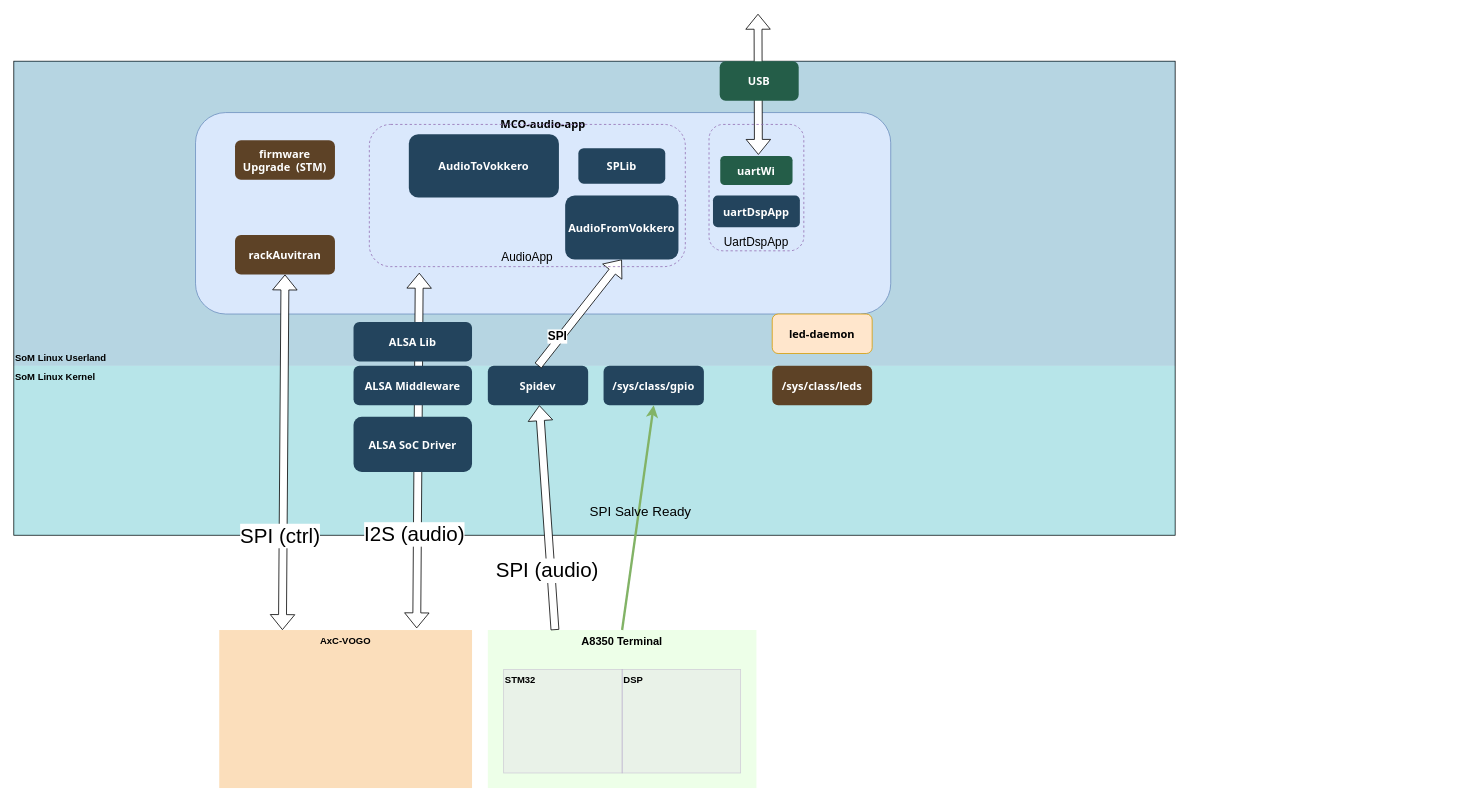
mtitinger/zz_doc keeps this draw.io diagram as images/vokkero-ESG-sysarch.drawio. Above is the earlier version. Source tidied: cells renumbered, new cells numbered last; positions are measured from the earlier drawing's top-left corner, leaving out a move shared by most shapes. Both pictures are drawn from the tidied source at 79%, with x=0, y=0 at pixel (13, 13).
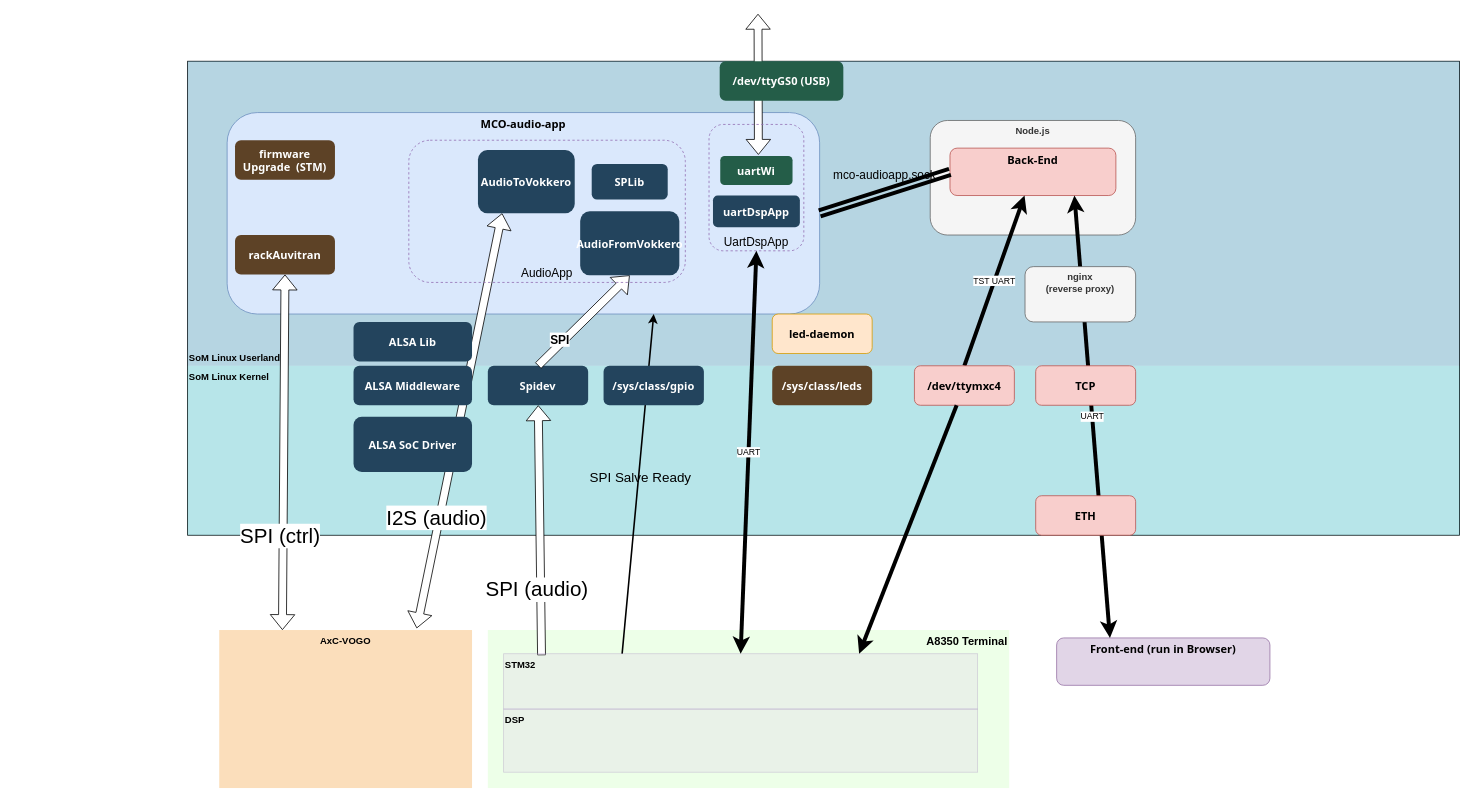
The same diagram, later.

The change refers to these unchanged cells:
```xml
<mxCell id="15" value="Spidev" style="rounded=1;fillColor=#23445D;gradientColor=none;strokeColor=none;fontColor=#FFFFFF;fontStyle=1;fontFamily=Tahoma;fontSize=14;" parent="1" vertex="1">
  <mxGeometry x="600" y="445.5" width="127" height="50" as="geometry" />
</mxCell>
<mxCell id="29" value="UartDspApp" style="rounded=1;whiteSpace=wrap;html=1;labelBackgroundColor=none;fontSize=15;fontColor=default;strokeColor=#926DB3;fillColor=none;dashed=1;verticalAlign=bottom;" parent="28" vertex="1">
  <mxGeometry width="120" height="160" as="geometry" />
</mxCell>
```

Change to the diagram source:
```diff
@@
+    <mxCell id="4" style="rounded=0;whiteSpace=wrap;html=1;labelBackgroundColor=none;fontColor=default;strokeColor=default;fillColor=none;" parent="1" vertex="1">
+      <mxGeometry x="220" y="60" width="1610" height="600" as="geometry" />
+    </mxCell>
+    <mxCell id="5" value="SoM Linux Userland" style="fillColor=#10739E;strokeColor=none;opacity=30;align=left;verticalAlign=bottom;fontStyle=1;" parent="1" vertex="1">
+      <mxGeometry x="220" y="60" width="1610" height="385.5" as="geometry" />
+    </mxCell>
+    <mxCell id="40" value="Node.js" style="rounded=1;whiteSpace=wrap;html=1;horizontal=1;align=center;verticalAlign=top;fontStyle=1;fillColor=#f5f5f5;fontColor=#333333;strokeColor=#666666;" parent="1" vertex="1">
+      <mxGeometry x="1160" y="135" width="260" height="145" as="geometry" />
+    </mxCell>
+    <mxCell id="6" value="SoM Linux Kernel" style="fillColor=#12AAB5;strokeColor=none;opacity=30;align=left;verticalAlign=top;fontStyle=1;" parent="1" vertex="1">
+      <mxGeometry x="220" y="445.5" width="1610" height="214.5" as="geometry" />
+    </mxCell>
-    <mxCell id="2" value="&lt;b&gt;&lt;font style=&quot;font-size: 14px&quot;&gt;A8350 Terminal&lt;/font&gt;&lt;/b&gt;" style="rounded=0;whiteSpace=wrap;html=1;labelBackgroundColor=none;fontColor=default;strokeColor=none;fillColor=#C2FFB3;opacity=30;verticalAlign=top;align=center;" parent="1" vertex="1">
-      <mxGeometry x="600" y="780" width="340" height="200" as="geometry" />
+    <mxCell id="2" value="&lt;b&gt;&lt;font style=&quot;font-size: 14px&quot;&gt;A8350 Terminal&lt;/font&gt;&lt;/b&gt;" style="rounded=0;whiteSpace=wrap;html=1;labelBackgroundColor=none;fontColor=default;strokeColor=none;fillColor=#C2FFB3;opacity=30;verticalAlign=top;align=right;" parent="1" vertex="1">
+      <mxGeometry x="600" y="780" width="660" height="200" as="geometry" />
     </mxCell>
@@
-    <mxCell id="4" style="rounded=0;whiteSpace=wrap;html=1;labelBackgroundColor=none;fontColor=default;strokeColor=default;fillColor=none;" parent="1" vertex="1">
-      <mxGeometry y="60" width="1470" height="600" as="geometry" />
-    </mxCell>
-    <mxCell id="5" value="SoM Linux Userland" style="fillColor=#10739E;strokeColor=none;opacity=30;align=left;verticalAlign=bottom;fontStyle=1;" parent="1" vertex="1">
-      <mxGeometry y="60" width="1470" height="385.5" as="geometry" />
-    </mxCell>
-    <mxCell id="6" value="SoM Linux Kernel" style="fillColor=#12AAB5;strokeColor=none;opacity=30;align=left;verticalAlign=top;fontStyle=1;" parent="1" vertex="1">
-      <mxGeometry y="445.5" width="1470" height="214.5" as="geometry" />
-    </mxCell>
     <mxCell id="7" value="MCO-audio-app" style="rounded=1;fillColor=#dae8fc;strokeColor=#6c8ebf;fontStyle=1;fontFamily=Tahoma;fontSize=14;labelBackgroundColor=none;align=center;verticalAlign=top;" parent="1" vertex="1">
-      <mxGeometry x="230" y="125" width="880" height="255" as="geometry" />
+      <mxGeometry x="270" y="125" width="750" height="255" as="geometry" />
     </mxCell>
@@
-    <mxCell id="10" style="shape=flexArrow;endArrow=classic;html=1;rounded=0;fontColor=default;exitX=0.25;exitY=0;exitDx=0;exitDy=0;fillColor=default;startArrow=block;entryX=0.5;entryY=1;entryDx=0;entryDy=0;" parent="1" edge="1">
+    <mxCell id="10" style="shape=flexArrow;endArrow=classic;html=1;rounded=0;fontColor=default;exitX=0.25;exitY=0;exitDx=0;exitDy=0;fillColor=default;startArrow=block;entryX=0.25;entryY=1;entryDx=0;entryDy=0;" parent="1" edge="1" target="36">
       <mxGeometry relative="1" as="geometry">
         <mxPoint x="510" y="777.8" as="sourcePoint" />
-        <mxPoint x="513.2" y="327.8" as="targetPoint" />
       </mxGeometry>
     </mxCell>
@@
-    <mxCell id="16" value="/sys/class/gpio" style="rounded=1;fillColor=#23445D;gradientColor=none;strokeColor=none;fontColor=#FFFFFF;fontStyle=1;fontFamily=Tahoma;fontSize=14;" parent="1" vertex="1">
-      <mxGeometry x="746.5" y="445.5" width="127" height="50" as="geometry" />
-    </mxCell>
     <mxCell id="17" value="DSP" style="fillColor=#DED5E8;strokeColor=#926DB3;opacity=30;align=left;verticalAlign=top;fontStyle=1;" parent="1" vertex="1">
-      <mxGeometry x="770" y="830" width="150" height="131" as="geometry" />
+      <mxGeometry x="620" y="880" width="600" height="80" as="geometry" />
     </mxCell>
-    <mxCell id="18" style="shape=flexArrow;endArrow=classic;html=1;rounded=0;fontColor=default;exitX=0.25;exitY=0;exitDx=0;exitDy=0;fillColor=default;" parent="1" edge="1" target="15">
-      <mxGeometry relative="1" as="geometry">
-        <mxPoint x="685" y="780" as="sourcePoint" />
-      </mxGeometry>
+    <mxCell id="18" style="shape=flexArrow;endArrow=classic;html=1;rounded=0;fontColor=default;exitX=0.08;exitY=0.029;exitDx=0;exitDy=0;fillColor=default;exitPerimeter=0;" parent="1" edge="1" source="39" target="15">
+      <mxGeometry relative="1" as="geometry" />
     </mxCell>
@@
-    <mxCell id="20" style="endArrow=none;html=1;rounded=0;fontSize=26;fontColor=default;fillColor=#d5e8d4;exitX=0.5;exitY=1;exitDx=0;exitDy=0;entryX=0.5;entryY=0;entryDx=0;entryDy=0;strokeWidth=3;endFill=0;startArrow=classic;startFill=1;sketch=0;strokeColor=#82b366;" parent="1" edge="1" source="16">
+    <mxCell id="20" style="endArrow=none;html=1;rounded=0;fontSize=26;fontColor=default;fillColor=#d5e8d4;entryX=0.25;entryY=0;entryDx=0;entryDy=0;strokeWidth=2;endFill=0;startArrow=classic;startFill=1;sketch=0;strokeColor=#000000;" parent="1" edge="1" target="39">
       <mxGeometry relative="1" as="geometry">
-        <mxPoint x="770" y="780" as="targetPoint" />
+        <mxPoint x="810" y="380" as="sourcePoint" />
       </mxGeometry>
     </mxCell>
@@
-    <mxCell id="25" value="USB" style="rounded=1;fillColor=#245D48;gradientColor=none;strokeColor=none;fontColor=#FFFFFF;fontStyle=1;fontFamily=Tahoma;fontSize=14;" parent="1" vertex="1">
-      <mxGeometry x="893.5" y="60" width="100" height="50" as="geometry" />
+    <mxCell id="25" value="/dev/ttyGS0 (USB)" style="rounded=1;fillColor=#245D48;gradientColor=none;strokeColor=none;fontColor=#FFFFFF;fontStyle=1;fontFamily=Tahoma;fontSize=14;" parent="1" vertex="1">
+      <mxGeometry x="893.5" y="60" width="156.5" height="50" as="geometry" />
     </mxCell>
@@
     <mxCell id="32" style="group;verticalAlign=bottom;" parent="1" vertex="1">
-      <mxGeometry x="450" y="140" width="400" height="180" as="geometry" />
+      <mxGeometry x="500" y="160" width="350" height="180" as="geometry" />
     </mxCell>
     <mxCell id="33" value="AudioApp" style="rounded=1;whiteSpace=wrap;html=1;labelBackgroundColor=none;fontSize=15;fontColor=default;strokeColor=#926DB3;fillColor=none;dashed=1;verticalAlign=bottom;" parent="32" vertex="1">
-      <mxGeometry width="400" height="180" as="geometry" />
+      <mxGeometry width="350" height="180" as="geometry" />
     </mxCell>
     <mxCell id="34" value="AudioFromVokkero" style="rounded=1;fillColor=#23445D;gradientColor=none;strokeColor=none;fontColor=#FFFFFF;fontStyle=1;fontFamily=Tahoma;fontSize=14;" parent="32" vertex="1">
-      <mxGeometry x="247.9" y="90" width="143.4" height="81" as="geometry" />
+      <mxGeometry x="216.9" y="90" width="125.5" height="81" as="geometry" />
     </mxCell>
     <mxCell id="35" value="SPLib" style="rounded=1;fillColor=#23445D;gradientColor=none;strokeColor=none;fontColor=#FFFFFF;fontStyle=1;fontFamily=Tahoma;fontSize=14;" parent="32" vertex="1">
-      <mxGeometry x="264.6" y="30" width="110" height="45" as="geometry" />
+      <mxGeometry x="231.5" y="30" width="96.2" height="45" as="geometry" />
     </mxCell>
     <mxCell id="36" value="AudioToVokkero" style="rounded=1;fillColor=#23445D;gradientColor=none;strokeColor=none;fontColor=#FFFFFF;fontStyle=1;fontFamily=Tahoma;fontSize=14;" parent="32" vertex="1">
-      <mxGeometry x="50" y="12.5" width="190" height="80" as="geometry" />
+      <mxGeometry x="87.5" y="12.5" width="122.5" height="80" as="geometry" />
     </mxCell>
@@
     <mxCell id="39" value="STM32&#10;" style="fillColor=#DED5E8;strokeColor=#926DB3;opacity=30;align=left;verticalAlign=top;fontStyle=1;" parent="1" vertex="1">
-      <mxGeometry x="620" y="830" width="150" height="131" as="geometry" />
+      <mxGeometry x="620" y="810" width="600" height="70" as="geometry" />
     </mxCell>
+    <mxCell id="41" value="Front-end (run in Browser)&#10;" style="rounded=1;fillColor=#e1d5e7;strokeColor=#9673a6;fontStyle=1;fontFamily=Tahoma;fontSize=14;labelBackgroundColor=none;align=center;verticalAlign=top;" parent="1" vertex="1">
+      <mxGeometry x="1320" y="790" width="270" height="60" as="geometry" />
+    </mxCell>
+    <mxCell id="42" value="Back-End" style="rounded=1;fillColor=#f8cecc;strokeColor=#b85450;fontStyle=1;fontFamily=Tahoma;fontSize=14;labelBackgroundColor=none;align=center;verticalAlign=top;" parent="1" vertex="1">
+      <mxGeometry x="1185" y="170" width="210" height="60" as="geometry" />
+    </mxCell>
+    <mxCell id="43" value="UART" style="endArrow=classic;startArrow=classic;html=1;rounded=0;entryX=0.5;entryY=1;entryDx=0;entryDy=0;strokeWidth=5;exitX=0.5;exitY=0;exitDx=0;exitDy=0;" parent="1" edge="1" source="39" target="29">
+      <mxGeometry relative="1" as="geometry" />
+    </mxCell>
+    <mxCell id="44" value="UART" style="endArrow=classic;startArrow=classic;html=1;rounded=0;entryX=0.75;entryY=1;entryDx=0;entryDy=0;strokeWidth=5;exitX=0.25;exitY=0;exitDx=0;exitDy=0;" parent="1" edge="1" source="41" target="42">
+      <mxGeometry relative="1" as="geometry" />
+    </mxCell>
+    <mxCell id="45" value="&lt;font style=&quot;font-size: 15px&quot;&gt;mco-audioapp.sock&lt;/font&gt;" style="shape=link;html=1;rounded=0;strokeColor=#000000;strokeWidth=5;exitX=1;exitY=0.5;exitDx=0;exitDy=0;entryX=0;entryY=0.5;entryDx=0;entryDy=0;labelBackgroundColor=none;" parent="1" edge="1" source="7" target="42">
+      <mxGeometry x="0.06" y="23" relative="1" as="geometry">
+        <mxPoint x="1" y="1" as="offset" />
+      </mxGeometry>
+    </mxCell>
+    <mxCell id="46" value="nginx&lt;br&gt;(reverse proxy)" style="rounded=1;whiteSpace=wrap;html=1;horizontal=1;align=center;verticalAlign=top;fontStyle=1;fillColor=#f5f5f5;fontColor=#333333;strokeColor=#666666;" parent="1" vertex="1">
+      <mxGeometry x="1280" y="320" width="140" height="70" as="geometry" />
+    </mxCell>
+    <mxCell id="47" value="TST UART" style="endArrow=classic;startArrow=none;html=1;rounded=0;strokeWidth=5;exitX=0.5;exitY=0;exitDx=0;exitDy=0;" parent="1" edge="1" source="49" target="42">
+      <mxGeometry relative="1" as="geometry" />
+    </mxCell>
+    <mxCell id="48" value="TCP" style="rounded=1;fillColor=#f8cecc;strokeColor=#b85450;fontStyle=1;fontFamily=Tahoma;fontSize=14;" parent="1" vertex="1">
+      <mxGeometry x="1293.5" y="445.5" width="126.5" height="50" as="geometry" />
+    </mxCell>
+    <mxCell id="49" value="/dev/ttymxc4" style="rounded=1;fillColor=#f8cecc;strokeColor=#b85450;fontStyle=1;fontFamily=Tahoma;fontSize=14;" parent="1" vertex="1">
+      <mxGeometry x="1140" y="445.5" width="126.5" height="50" as="geometry" />
+    </mxCell>
+    <mxCell id="50" style="endArrow=none;startArrow=classic;html=1;rounded=0;strokeWidth=5;exitX=0.75;exitY=0;exitDx=0;exitDy=0;" parent="1" edge="1" source="39" target="49">
+      <mxGeometry relative="1" as="geometry" />
+    </mxCell>
+    <mxCell id="51" value="ETH" style="rounded=1;fillColor=#f8cecc;strokeColor=#b85450;fontStyle=1;fontFamily=Tahoma;fontSize=14;" parent="1" vertex="1">
+      <mxGeometry x="1293.5" y="610" width="126.5" height="50" as="geometry" />
+    </mxCell>
+    <mxCell id="16" value="/sys/class/gpio" style="rounded=1;fillColor=#23445D;gradientColor=none;strokeColor=none;fontColor=#FFFFFF;fontStyle=1;fontFamily=Tahoma;fontSize=14;" parent="1" vertex="1">
+      <mxGeometry x="746.5" y="445.5" width="127" height="50" as="geometry" />
+    </mxCell>
```
